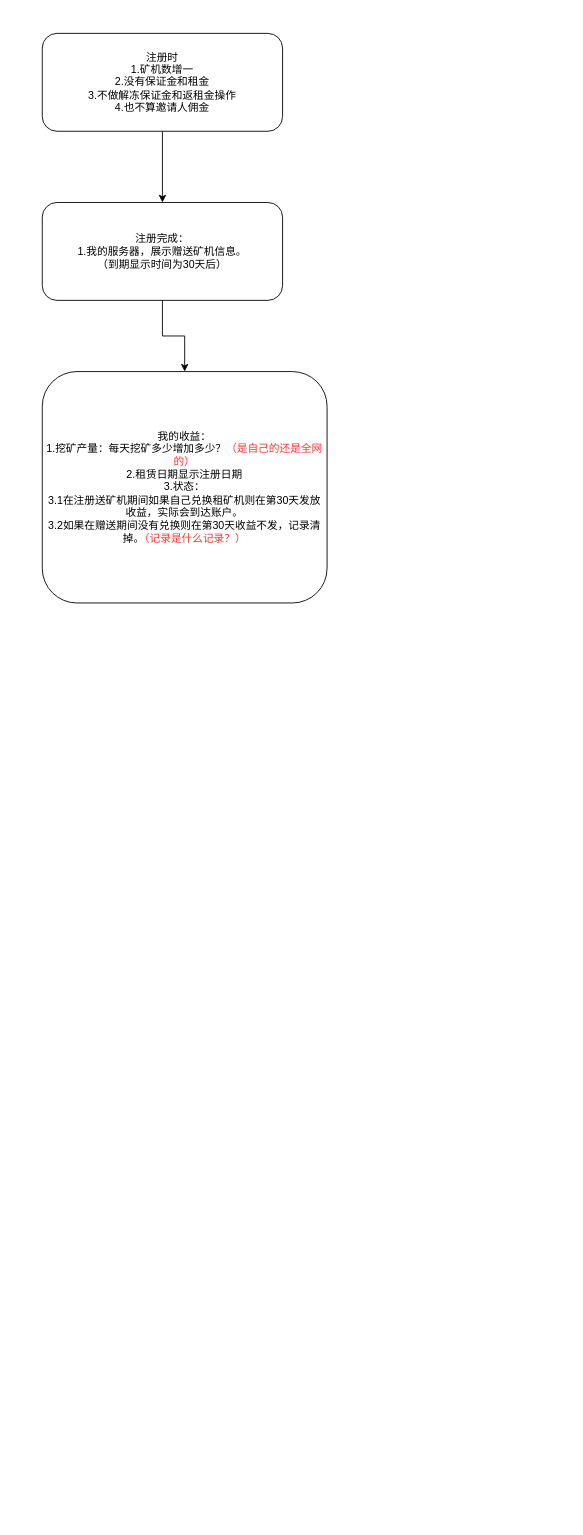
The draw.io diagram 注册.drawio in fishmc/2048, before the edit. Source tidied: cells renumbered, new cells numbered last; positions are measured from the earlier drawing's top-left corner, leaving out a move shared by most shapes. Both pictures are drawn from the tidied source at 89%, with x=0, y=0 at pixel (42, 33).
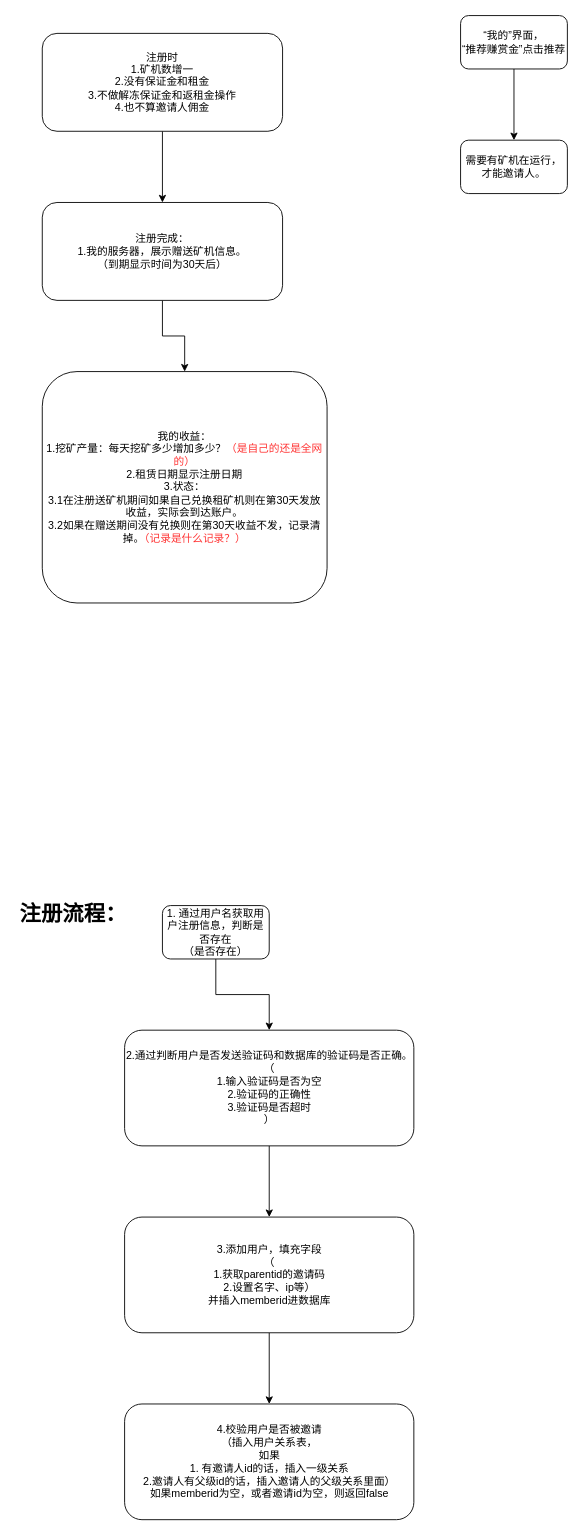
The same diagram, later.

Diff of the diagram source:
```diff
@@
 <mxGraphModel>
   <root>
     <mxCell id="0" />
     <mxCell id="1" parent="0" />
     <mxCell id="2" style="edgeStyle=orthogonalEdgeStyle;rounded=0;jettySize=auto;html=1;" parent="1" edge="1" source="3" target="5">
       <mxGeometry relative="1" as="geometry" />
     </mxCell>
     <mxCell id="3" value="注册时&lt;br&gt;1.矿机数增一&lt;br&gt;2.没有保证金和租金&lt;br&gt;3.不做解冻保证金和返租金操作&lt;br&gt;4.也不算邀请人佣金" style="rounded=1;whiteSpace=wrap;html=1;" parent="1" vertex="1">
       <mxGeometry width="270" height="110" as="geometry" />
     </mxCell>
     <mxCell id="4" style="edgeStyle=orthogonalEdgeStyle;rounded=0;jettySize=auto;html=1;" parent="1" edge="1" source="5" target="6">
       <mxGeometry relative="1" as="geometry" />
     </mxCell>
     <mxCell id="5" value="注册完成：&lt;br&gt;1.我的服务器，展示赠送矿机信息。&lt;br&gt;（到期显示时间为30天后）" style="rounded=1;whiteSpace=wrap;html=1;" parent="1" vertex="1">
       <mxGeometry y="190" width="270" height="110" as="geometry" />
     </mxCell>
     <mxCell id="6" value="我的收益：&lt;br&gt;1.挖矿产量：每天挖矿多少增加多少？&lt;font color=&quot;#ff3333&quot;&gt;（是自己的还是全网的）&lt;/font&gt;&lt;br&gt;2.租赁日期显示注册日期&lt;br&gt;3.状态：&lt;br&gt;3.1在注册送矿机期间如果自己兑换租矿机则在第30天发放收益，实际会到达账户。&lt;br&gt;3.2如果在赠送期间没有兑换则在第30天收益不发，记录清掉。&lt;font color=&quot;#ff3333&quot;&gt;（记录是什么记录？）&lt;/font&gt;" style="rounded=1;whiteSpace=wrap;html=1;" parent="1" vertex="1">
       <mxGeometry y="380" width="320" height="260" as="geometry" />
     </mxCell>
+    <mxCell id="7" style="edgeStyle=orthogonalEdgeStyle;rounded=0;jettySize=auto;html=1;" parent="1" edge="1" source="8" target="9">
+      <mxGeometry relative="1" as="geometry" />
+    </mxCell>
+    <mxCell id="8" value="“我的”界面，&lt;br&gt;“推荐赚赏金”点击推荐&lt;br&gt;" style="rounded=1;whiteSpace=wrap;html=1;" parent="1" vertex="1">
+      <mxGeometry x="470" y="-20" width="120" height="60" as="geometry" />
+    </mxCell>
+    <mxCell id="9" value="需要有矿机在运行，&lt;br&gt;才能邀请人。" style="rounded=1;whiteSpace=wrap;html=1;" parent="1" vertex="1">
+      <mxGeometry x="470" y="120" width="120" height="60" as="geometry" />
+    </mxCell>
+    <mxCell id="10" style="edgeStyle=orthogonalEdgeStyle;rounded=0;jettySize=auto;html=1;" parent="1" edge="1" source="11" target="13">
+      <mxGeometry relative="1" as="geometry" />
+    </mxCell>
+    <mxCell id="11" value="1. 通过用户名获取用户注册信息，判断是否存在&lt;br&gt;（是否存在）" style="rounded=1;whiteSpace=wrap;html=1;" parent="1" vertex="1">
+      <mxGeometry x="135" y="980" width="120" height="60" as="geometry" />
+    </mxCell>
+    <mxCell id="12" style="edgeStyle=orthogonalEdgeStyle;rounded=0;jettySize=auto;html=1;" parent="1" edge="1" source="13" target="15">
+      <mxGeometry relative="1" as="geometry" />
+    </mxCell>
+    <mxCell id="13" value="2.通过判断用户是否发送验证码和数据库的验证码是否正确。&lt;br&gt;（&lt;br&gt;1.输入验证码是否为空&lt;br&gt;2.验证码的正确性&lt;br&gt;3.验证码是否超时&lt;br&gt;）" style="rounded=1;whiteSpace=wrap;html=1;" parent="1" vertex="1">
+      <mxGeometry x="92.5" y="1120" width="325" height="130" as="geometry" />
+    </mxCell>
+    <mxCell id="14" style="edgeStyle=orthogonalEdgeStyle;rounded=0;jettySize=auto;html=1;" parent="1" edge="1" source="15" target="16">
+      <mxGeometry relative="1" as="geometry" />
+    </mxCell>
+    <mxCell id="15" value="3.添加用户，填充字段&lt;br&gt;（&lt;br&gt;1.获取parentid的邀请码&lt;br&gt;2.设置名字、ip等）&lt;br&gt;并插入memberid进数据库" style="rounded=1;whiteSpace=wrap;html=1;" parent="1" vertex="1">
+      <mxGeometry x="92.5" y="1330" width="325" height="130" as="geometry" />
+    </mxCell>
+    <mxCell id="16" value="4.校验用户是否被邀请&lt;br&gt;（插入用户关系表，&lt;br&gt;如果&lt;br&gt;1. 有邀请人id的话，插入一级关系&lt;br&gt;2.邀请人有父级id的话，插入邀请人的父级关系里面）&lt;br&gt;如果memberid为空，或者邀请id为空，则返回false" style="rounded=1;whiteSpace=wrap;html=1;" parent="1" vertex="1">
+      <mxGeometry x="92.5" y="1540" width="325" height="130" as="geometry" />
+    </mxCell>
+    <mxCell id="17" value="&lt;h1&gt;注册流程：&lt;/h1&gt;" style="text;html=1;strokeColor=none;fillColor=none;spacing=5;spacingTop=-20;whiteSpace=wrap;overflow=hidden;rounded=0;" parent="1" vertex="1">
+      <mxGeometry x="-30" y="970" width="150" height="40" as="geometry" />
+    </mxCell>
   </root>
 </mxGraphModel>
```
